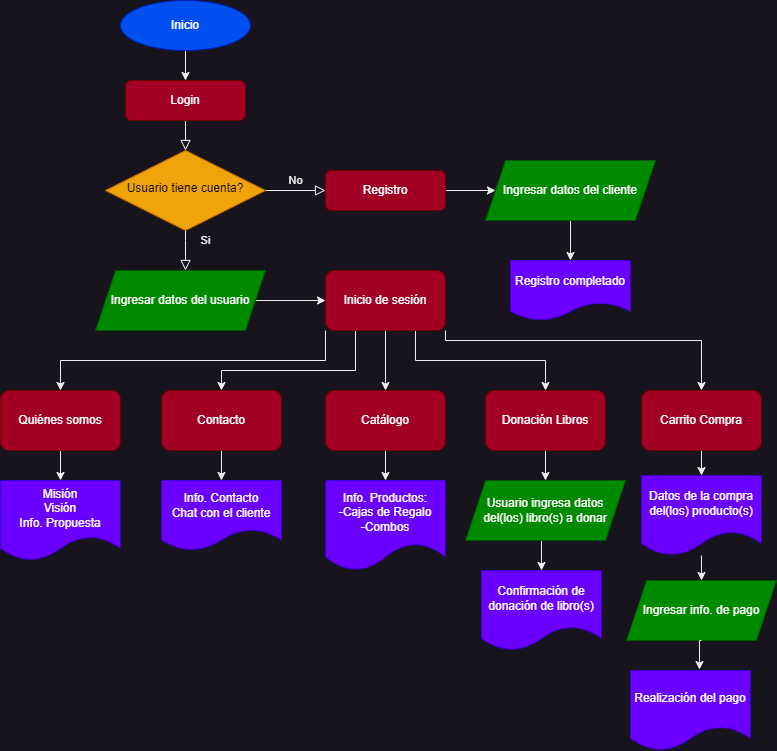
The draw.io diagram docs/BookBoxMarket_diagramaflujo.png in TheRainHermit/BookBoxMarket, before a commit. Source tidied: cells renumbered, new cells last; positions are measured from the earlier drawing's top-left corner, leaving out a move shared by most shapes.
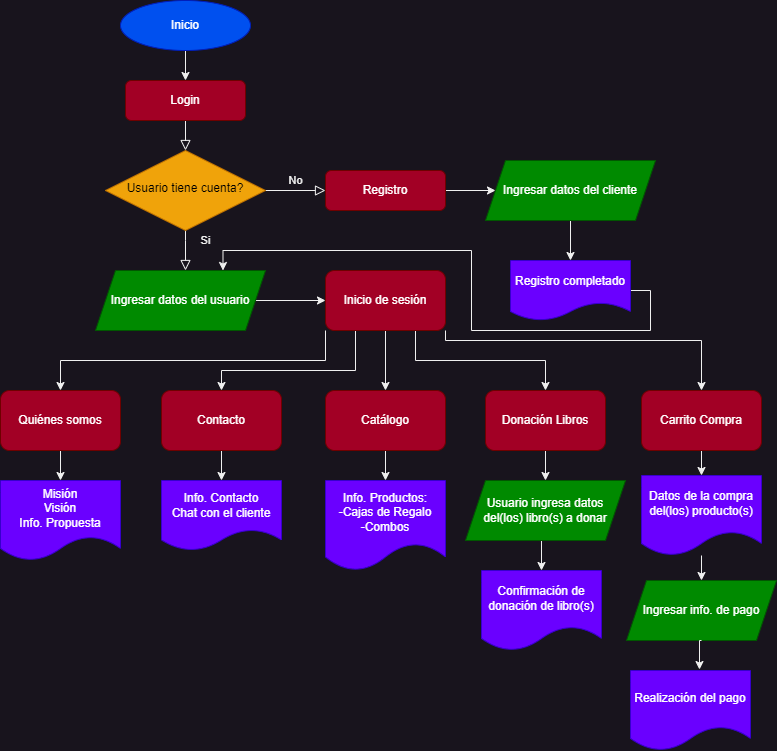
After the commit.

Diff of the diagram source:
```diff
@@ -41,6 +41,17 @@
     <mxCell id="12" value="Ingresar datos del cliente" style="shape=parallelogram;perimeter=parallelogramPerimeter;whiteSpace=wrap;html=1;fixedSize=1;fillColor=#008a00;fontColor=#ffffff;strokeColor=#005700;" parent="1" vertex="1">
       <mxGeometry x="485" y="160" width="170" height="60" as="geometry" />
     </mxCell>
+    <mxCell id="43" style="edgeStyle=orthogonalEdgeStyle;rounded=0;jettySize=auto;html=1;exitX=1;exitY=0.5;exitDx=0;exitDy=0;entryX=0.75;entryY=0;entryDx=0;entryDy=0;" parent="1" edge="1" source="13" target="15">
+      <mxGeometry relative="1" as="geometry">
+        <Array as="points">
+          <mxPoint x="650" y="290" />
+          <mxPoint x="650" y="330" />
+          <mxPoint x="471" y="330" />
+          <mxPoint x="471" y="250" />
+          <mxPoint x="223" y="250" />
+        </Array>
+      </mxGeometry>
+    </mxCell>
     <mxCell id="13" value="Registro completado" style="shape=document;whiteSpace=wrap;html=1;boundedLbl=1;fillColor=#6a00ff;fontColor=#ffffff;strokeColor=#3700CC;" parent="1" vertex="1">
       <mxGeometry x="510" y="260" width="120" height="60" as="geometry" />
     </mxCell>
```
